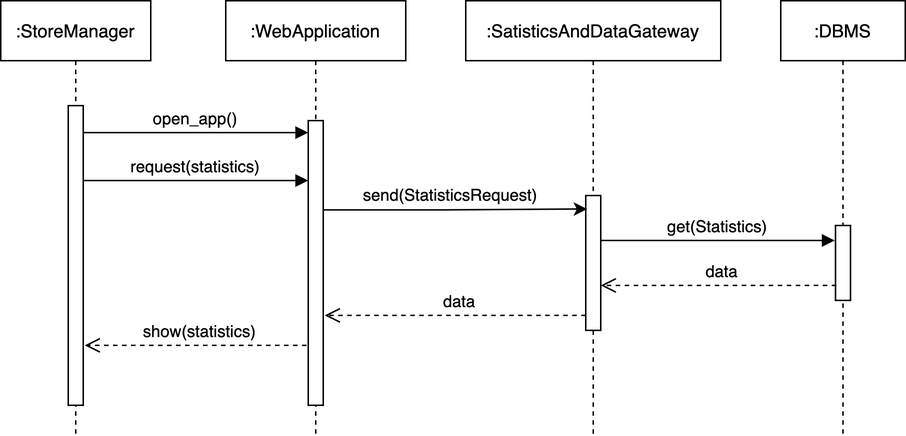
Earlier version of the draw.io export DDworkspace/LaTeXproject/images/runtime_view-Statistics.png (marcoDige/CLup). Source tidied: cells renumbered, new cells last; positions are measured from the earlier drawing's top-left corner, leaving out a move shared by most shapes.
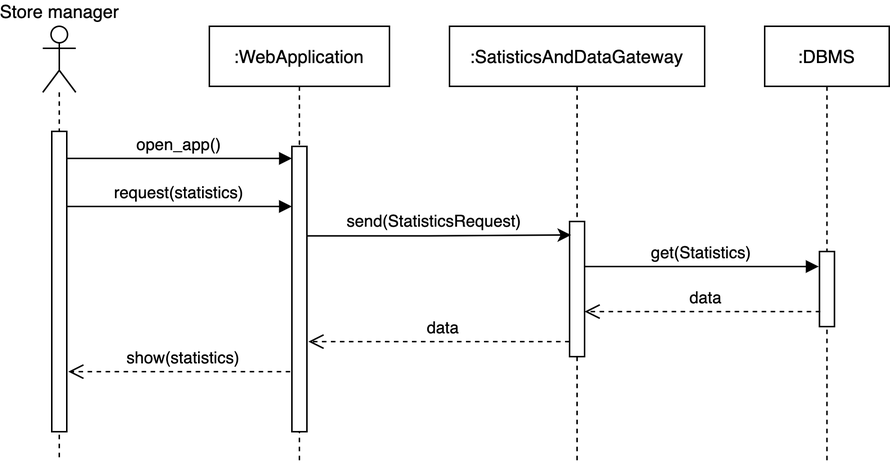
Later version of the same file.

Change to the diagram source:
```diff
@@ -2,12 +2,12 @@
   <root>
     <mxCell id="0" />
     <mxCell id="1" parent="0" />
-    <mxCell id="2" value=":StoreManager" style="shape=umlLifeline;perimeter=lifelinePerimeter;rounded=0;shadow=0;strokeWidth=1;" parent="1" vertex="1">
-      <mxGeometry width="100" height="290" as="geometry" />
-    </mxCell>
-    <mxCell id="3" style="perimeter=orthogonalPerimeter;rounded=0;shadow=0;strokeWidth=1;" parent="2" vertex="1">
-      <mxGeometry x="45" y="70" width="10" height="200" as="geometry" />
-    </mxCell>
+    <mxCell id="18" style="verticalAlign=bottom;endArrow=none;dashed=1;endSize=8;shadow=0;strokeWidth=1;endFill=0;" parent="1" edge="1">
+      <mxGeometry relative="1" as="geometry">
+        <mxPoint x="50" y="44" as="sourcePoint" />
+        <mxPoint x="50" y="290" as="targetPoint" />
+      </mxGeometry>
+    </mxCell>
     <mxCell id="4" value=":WebApplication" style="shape=umlLifeline;perimeter=lifelinePerimeter;rounded=0;shadow=0;strokeWidth=1;" parent="1" vertex="1">
       <mxGeometry x="150" width="120" height="290" as="geometry" />
     </mxCell>
@@ -74,5 +74,11 @@
         <mxPoint x="216" y="210" as="targetPoint" />
       </mxGeometry>
     </mxCell>
+    <mxCell id="3" style="perimeter=orthogonalPerimeter;rounded=0;shadow=0;strokeWidth=1;" parent="1" vertex="1">
+      <mxGeometry x="45" y="70" width="10" height="200" as="geometry" />
+    </mxCell>
+    <mxCell id="19" value="Store manager" style="shape=umlActor;verticalLabelPosition=top;verticalAlign=bottom;html=1;labelPosition=center;align=center;" parent="1" vertex="1">
+      <mxGeometry x="39" width="22" height="44" as="geometry" />
+    </mxCell>
   </root>
 </mxGraphModel>
```
